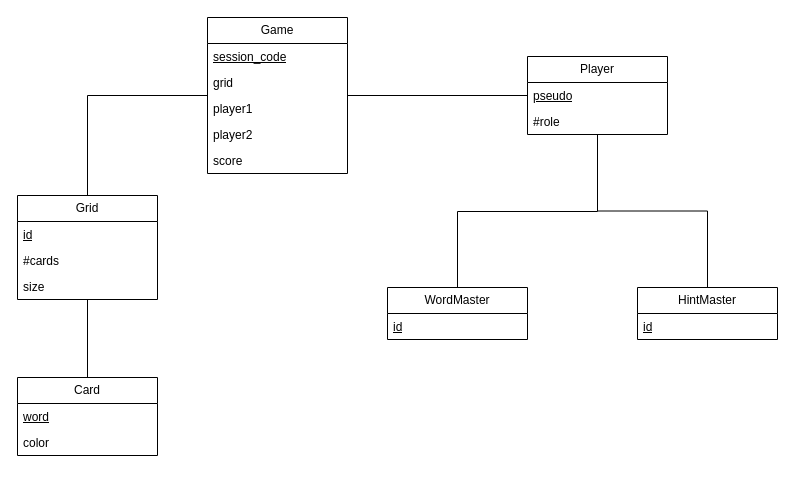
Before: DiagrammePolynames.drawio in Pumchh/PolyNames, a draw.io diagram. Source tidied: cells renumbered, new cells numbered last; positions are measured from the earlier drawing's top-left corner, leaving out a move shared by most shapes. Both pictures are drawn from the tidied source at 100%, with x=0, y=0 at pixel (17, 17).
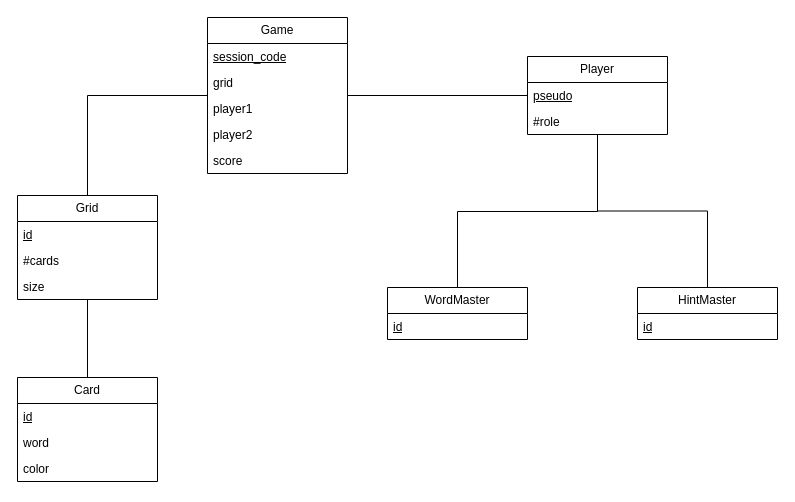
The same diagram, later.

Commit message:
Ajout id Card

The edit, as a diff of the source:
```diff
@@
     <mxCell id="22" value="Card" style="swimlane;fontStyle=0;horizontal=1;startSize=26;fillColor=none;whiteSpace=wrap;html=1;" parent="1" vertex="1">
-      <mxGeometry y="360" width="140" height="78" as="geometry" />
+      <mxGeometry y="360" width="140" height="104" as="geometry" />
     </mxCell>
-    <mxCell id="23" value="&lt;u&gt;word&lt;/u&gt;" style="text;strokeColor=none;fillColor=none;align=left;verticalAlign=top;spacingLeft=4;spacingRight=4;overflow=hidden;whiteSpace=wrap;html=1;" parent="22" vertex="1">
+    <mxCell id="23" value="&lt;u&gt;id&lt;/u&gt;" style="text;strokeColor=none;fillColor=none;align=left;verticalAlign=top;spacingLeft=4;spacingRight=4;overflow=hidden;whiteSpace=wrap;html=1;" parent="22" vertex="1">
       <mxGeometry y="26" width="140" height="26" as="geometry" />
     </mxCell>
-    <mxCell id="24" value="color" style="text;strokeColor=none;fillColor=none;align=left;verticalAlign=top;spacingLeft=4;spacingRight=4;overflow=hidden;whiteSpace=wrap;html=1;" parent="22" vertex="1">
+    <mxCell id="24" value="word" style="text;strokeColor=none;fillColor=none;align=left;verticalAlign=top;spacingLeft=4;spacingRight=4;overflow=hidden;whiteSpace=wrap;html=1;" parent="22" vertex="1">
       <mxGeometry y="52" width="140" height="26" as="geometry" />
     </mxCell>
+    <mxCell id="27" value="color" style="text;strokeColor=none;fillColor=none;align=left;verticalAlign=top;spacingLeft=4;spacingRight=4;overflow=hidden;whiteSpace=wrap;html=1;" parent="22" vertex="1">
+      <mxGeometry y="78" width="140" height="26" as="geometry" />
+    </mxCell>
```
